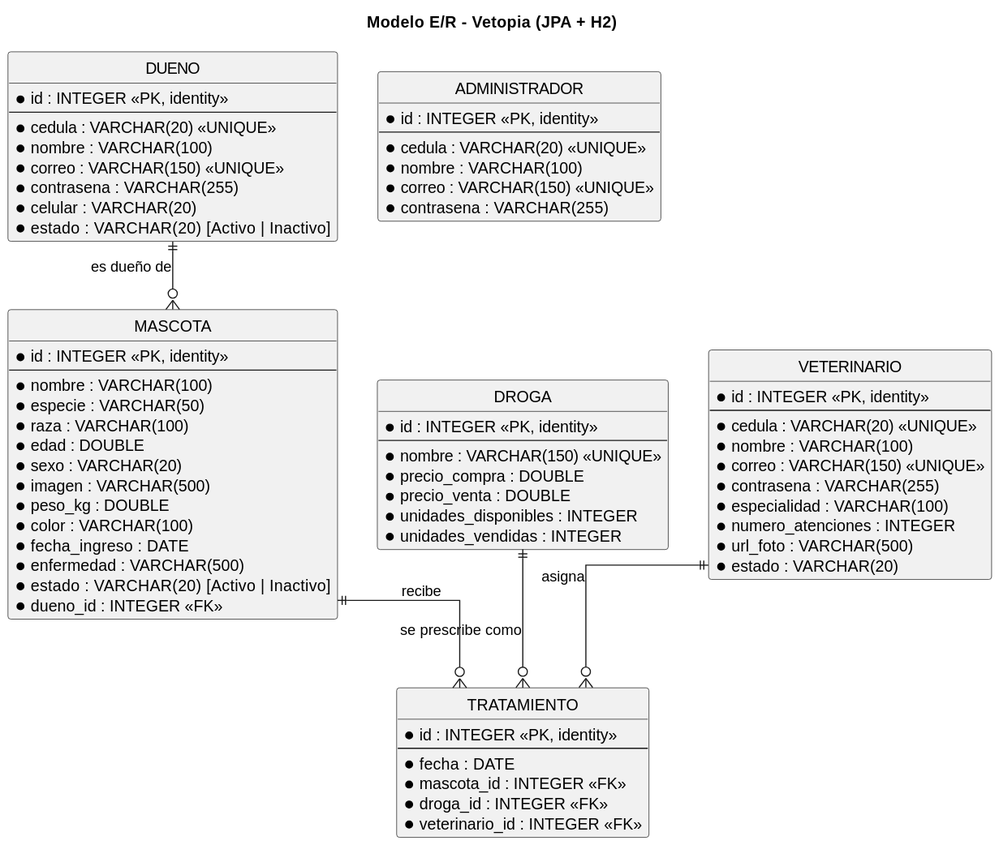
Earlier version of the PlantUML export docs/diagrams/er-diagram.svg (juandrodriguezf/veterinaria-web). Source of this version:
```plantuml
@startuml
title Modelo E/R - Vetopia (JPA + H2)

hide circle
skinparam linetype ortho
skinparam entity {
    BackgroundColor #F8F6F4
    BorderColor #6A4C93
    ArrowColor #6A4C93
}

entity "DUENO" as dueno {
  * id : INTEGER <<PK, identity>>
  --
  * cedula : VARCHAR(20) <<UNIQUE>>
  * nombre : VARCHAR(100)
  * correo : VARCHAR(150) <<UNIQUE>>
  * contrasena : VARCHAR(255)
  * celular : VARCHAR(20)
  * estado : VARCHAR(20)   [Activo | Inactivo]
}

entity "MASCOTA" as mascota {
  * id : INTEGER <<PK, identity>>
  --
  * nombre : VARCHAR(100)
  * especie : VARCHAR(50)
  * raza : VARCHAR(100)
  * edad : DOUBLE
  * sexo : VARCHAR(20)
  * imagen : VARCHAR(500)
  * peso_kg : DOUBLE
  * color : VARCHAR(100)
  * fecha_ingreso : DATE
  * enfermedad : VARCHAR(500)
  * estado : VARCHAR(20)   [Activo | Inactivo]
  * dueno_id : INTEGER <<FK>>
}

entity "TRATAMIENTO" as tratamiento {
  * id : INTEGER <<PK, identity>>
  --
  * fecha : DATE
  * mascota_id : INTEGER <<FK>>
  * droga_id : INTEGER <<FK>>
  * veterinario_id : INTEGER <<FK>>
}

entity "DROGA" as droga {
  * id : INTEGER <<PK, identity>>
  --
  * nombre : VARCHAR(150) <<UNIQUE>>
  * precio_compra : DOUBLE
  * precio_venta : DOUBLE
  * unidades_disponibles : INTEGER
  * unidades_vendidas : INTEGER
}

entity "VETERINARIO" as veterinario {
  * id : INTEGER <<PK, identity>>
  --
  * cedula : VARCHAR(20) <<UNIQUE>>
  * nombre : VARCHAR(100)
  * correo : VARCHAR(150) <<UNIQUE>>
  * contrasena : VARCHAR(255)
  * especialidad : VARCHAR(100)
  * numero_atenciones : INTEGER
  * url_foto : VARCHAR(500)
  * estado : VARCHAR(20)
}

entity "ADMINISTRADOR" as administrador {
  * id : INTEGER <<PK, identity>>
  --
  * cedula : VARCHAR(20) <<UNIQUE>>
  * nombre : VARCHAR(100)
  * correo : VARCHAR(150) <<UNIQUE>>
  * contrasena : VARCHAR(255)
}

dueno ||--o{ mascota : "es dueño de"
mascota ||--o{ tratamiento : "recibe"
droga   ||--o{ tratamiento : "se prescribe como"
veterinario ||--o{ tratamiento : "asigna"
@enduml
```
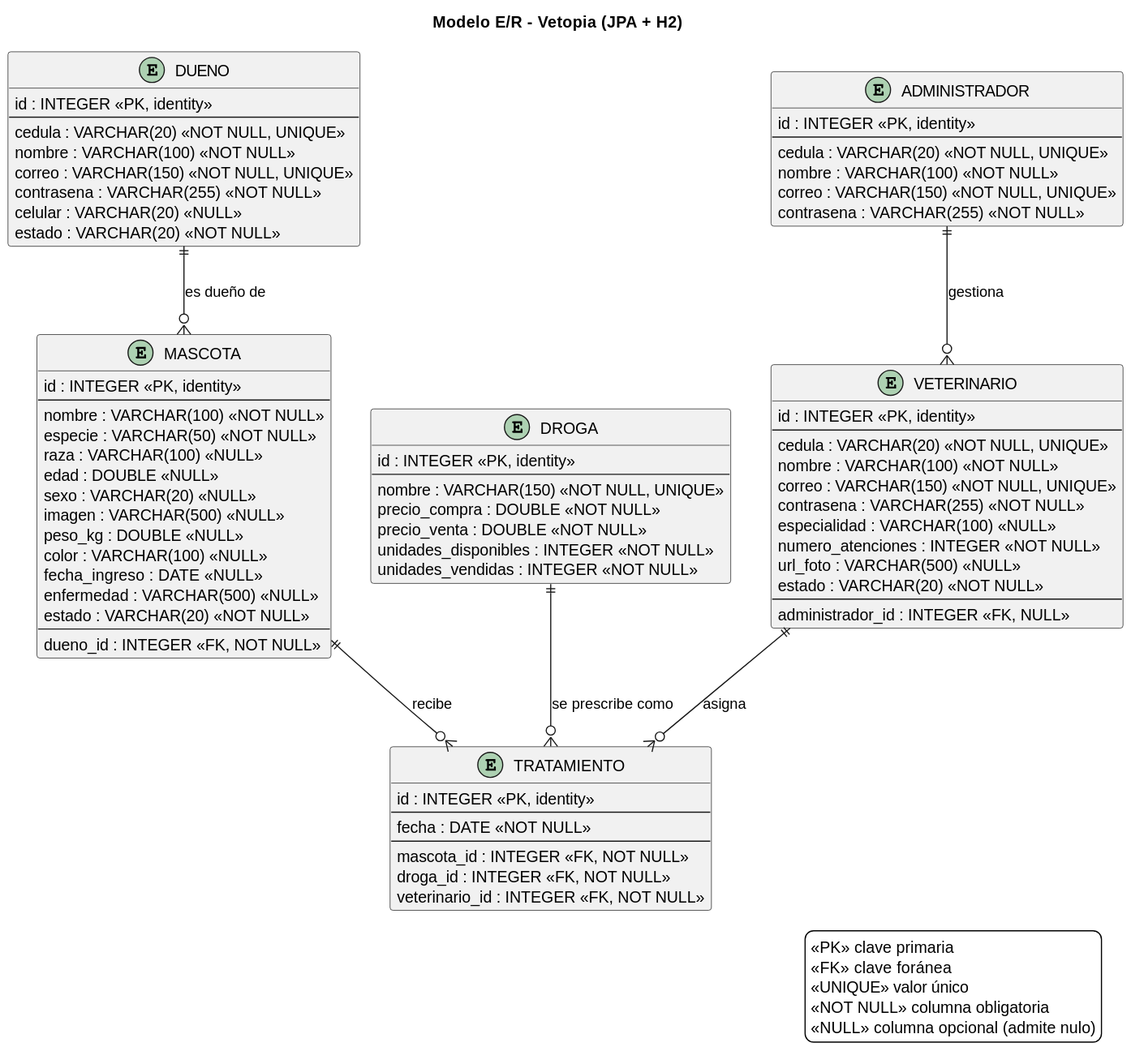
The same diagram one commit later.

Change to the diagram source:
```diff
@@ -1,85 +1,98 @@
 @startuml
+
 title Modelo E/R - Vetopia (JPA + H2)
 
-hide circle
-skinparam linetype ortho
+skinparam backgroundColor #FFFFFF
+skinparam defaultFontName sans-serif
 skinparam entity {
-    BackgroundColor #F8F6F4
-    BorderColor #6A4C93
-    ArrowColor #6A4C93
+  BackgroundColor #F1F1F1
+  BorderColor #181818
 }
 
 entity "DUENO" as dueno {
-  * id : INTEGER <<PK, identity>>
+  id : INTEGER <<PK, identity>>
   --
-  * cedula : VARCHAR(20) <<UNIQUE>>
-  * nombre : VARCHAR(100)
-  * correo : VARCHAR(150) <<UNIQUE>>
-  * contrasena : VARCHAR(255)
-  * celular : VARCHAR(20)
-  * estado : VARCHAR(20)   [Activo | Inactivo]
+  cedula : VARCHAR(20) <<NOT NULL, UNIQUE>>
+  nombre : VARCHAR(100) <<NOT NULL>>
+  correo : VARCHAR(150) <<NOT NULL, UNIQUE>>
+  contrasena : VARCHAR(255) <<NOT NULL>>
+  celular : VARCHAR(20) <<NULL>>
+  estado : VARCHAR(20) <<NOT NULL>>
 }
 
 entity "MASCOTA" as mascota {
-  * id : INTEGER <<PK, identity>>
+  id : INTEGER <<PK, identity>>
   --
-  * nombre : VARCHAR(100)
-  * especie : VARCHAR(50)
-  * raza : VARCHAR(100)
-  * edad : DOUBLE
-  * sexo : VARCHAR(20)
-  * imagen : VARCHAR(500)
-  * peso_kg : DOUBLE
-  * color : VARCHAR(100)
-  * fecha_ingreso : DATE
-  * enfermedad : VARCHAR(500)
-  * estado : VARCHAR(20)   [Activo | Inactivo]
-  * dueno_id : INTEGER <<FK>>
+  nombre : VARCHAR(100) <<NOT NULL>>
+  especie : VARCHAR(50) <<NOT NULL>>
+  raza : VARCHAR(100) <<NULL>>
+  edad : DOUBLE <<NULL>>
+  sexo : VARCHAR(20) <<NULL>>
+  imagen : VARCHAR(500) <<NULL>>
+  peso_kg : DOUBLE <<NULL>>
+  color : VARCHAR(100) <<NULL>>
+  fecha_ingreso : DATE <<NULL>>
+  enfermedad : VARCHAR(500) <<NULL>>
+  estado : VARCHAR(20) <<NOT NULL>>
+  --
+  dueno_id : INTEGER <<FK, NOT NULL>>
 }
 
 entity "TRATAMIENTO" as tratamiento {
-  * id : INTEGER <<PK, identity>>
+  id : INTEGER <<PK, identity>>
   --
-  * fecha : DATE
-  * mascota_id : INTEGER <<FK>>
-  * droga_id : INTEGER <<FK>>
-  * veterinario_id : INTEGER <<FK>>
+  fecha : DATE <<NOT NULL>>
+  --
+  mascota_id : INTEGER <<FK, NOT NULL>>
+  droga_id : INTEGER <<FK, NOT NULL>>
+  veterinario_id : INTEGER <<FK, NOT NULL>>
 }
 
 entity "DROGA" as droga {
-  * id : INTEGER <<PK, identity>>
+  id : INTEGER <<PK, identity>>
   --
-  * nombre : VARCHAR(150) <<UNIQUE>>
-  * precio_compra : DOUBLE
-  * precio_venta : DOUBLE
-  * unidades_disponibles : INTEGER
-  * unidades_vendidas : INTEGER
+  nombre : VARCHAR(150) <<NOT NULL, UNIQUE>>
+  precio_compra : DOUBLE <<NOT NULL>>
+  precio_venta : DOUBLE <<NOT NULL>>
+  unidades_disponibles : INTEGER <<NOT NULL>>
+  unidades_vendidas : INTEGER <<NOT NULL>>
 }
 
 entity "VETERINARIO" as veterinario {
-  * id : INTEGER <<PK, identity>>
+  id : INTEGER <<PK, identity>>
   --
-  * cedula : VARCHAR(20) <<UNIQUE>>
-  * nombre : VARCHAR(100)
-  * correo : VARCHAR(150) <<UNIQUE>>
-  * contrasena : VARCHAR(255)
-  * especialidad : VARCHAR(100)
-  * numero_atenciones : INTEGER
-  * url_foto : VARCHAR(500)
-  * estado : VARCHAR(20)
+  cedula : VARCHAR(20) <<NOT NULL, UNIQUE>>
+  nombre : VARCHAR(100) <<NOT NULL>>
+  correo : VARCHAR(150) <<NOT NULL, UNIQUE>>
+  contrasena : VARCHAR(255) <<NOT NULL>>
+  especialidad : VARCHAR(100) <<NULL>>
+  numero_atenciones : INTEGER <<NOT NULL>>
+  url_foto : VARCHAR(500) <<NULL>>
+  estado : VARCHAR(20) <<NOT NULL>>
+  --
+  administrador_id : INTEGER <<FK, NULL>>
 }
 
 entity "ADMINISTRADOR" as administrador {
-  * id : INTEGER <<PK, identity>>
+  id : INTEGER <<PK, identity>>
   --
-  * cedula : VARCHAR(20) <<UNIQUE>>
-  * nombre : VARCHAR(100)
-  * correo : VARCHAR(150) <<UNIQUE>>
-  * contrasena : VARCHAR(255)
+  cedula : VARCHAR(20) <<NOT NULL, UNIQUE>>
+  nombre : VARCHAR(100) <<NOT NULL>>
+  correo : VARCHAR(150) <<NOT NULL, UNIQUE>>
+  contrasena : VARCHAR(255) <<NOT NULL>>
 }
 
+administrador ||--o{ veterinario : gestiona
 dueno ||--o{ mascota : "es dueño de"
-mascota ||--o{ tratamiento : "recibe"
-droga   ||--o{ tratamiento : "se prescribe como"
-veterinario ||--o{ tratamiento : "asigna"
+mascota ||--o{ tratamiento : recibe
+droga ||--o{ tratamiento : "se prescribe como"
+veterinario ||--o{ tratamiento : asigna
+
+legend right
+  <<PK>> clave primaria
+  <<FK>> clave foránea
+  <<UNIQUE>> valor único
+  <<NOT NULL>> columna obligatoria
+  <<NULL>> columna opcional (admite nulo)
+endlegend
 @enduml
```
